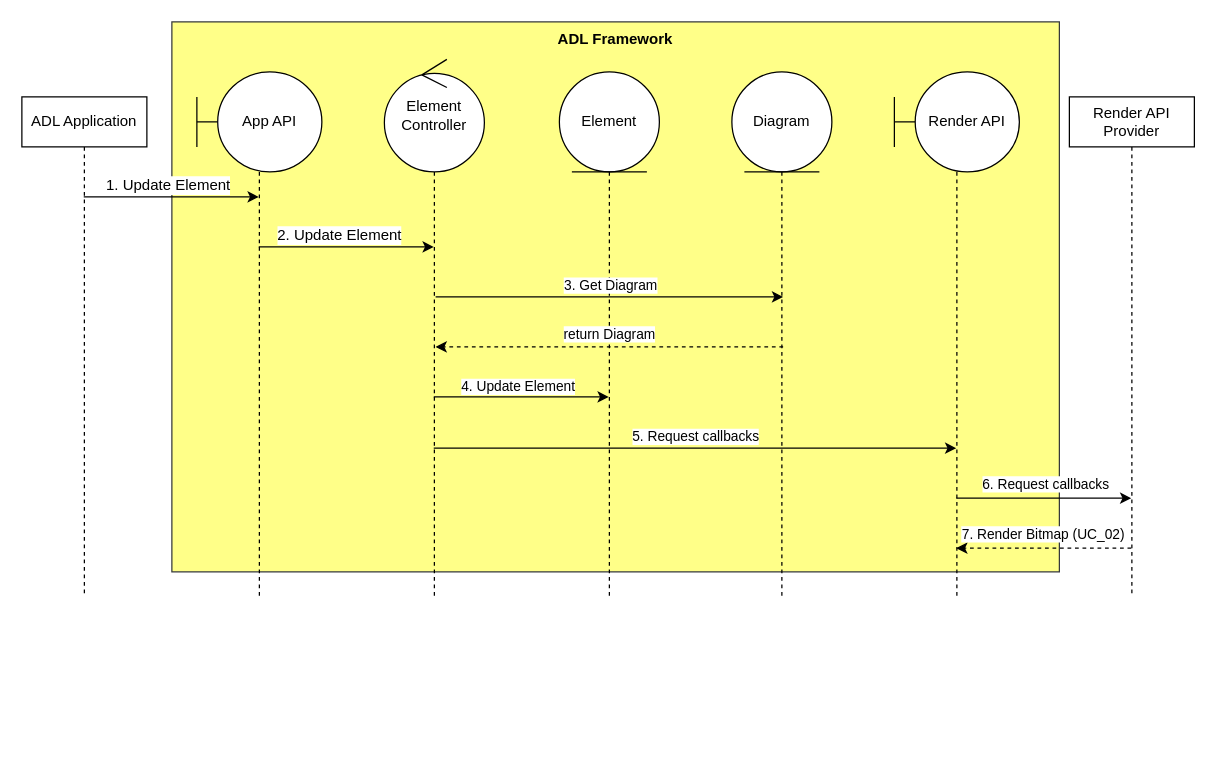
The draw.io diagram RemoveElement.drawio in phunm211/SW-Associate-Architecture, before the edit. Source tidied: cells renumbered, new cells numbered last; positions are measured from the earlier drawing's top-left corner, leaving out a move shared by most shapes. Both pictures are drawn from the tidied source at 125%, with x=0, y=0 at pixel (21, 21).
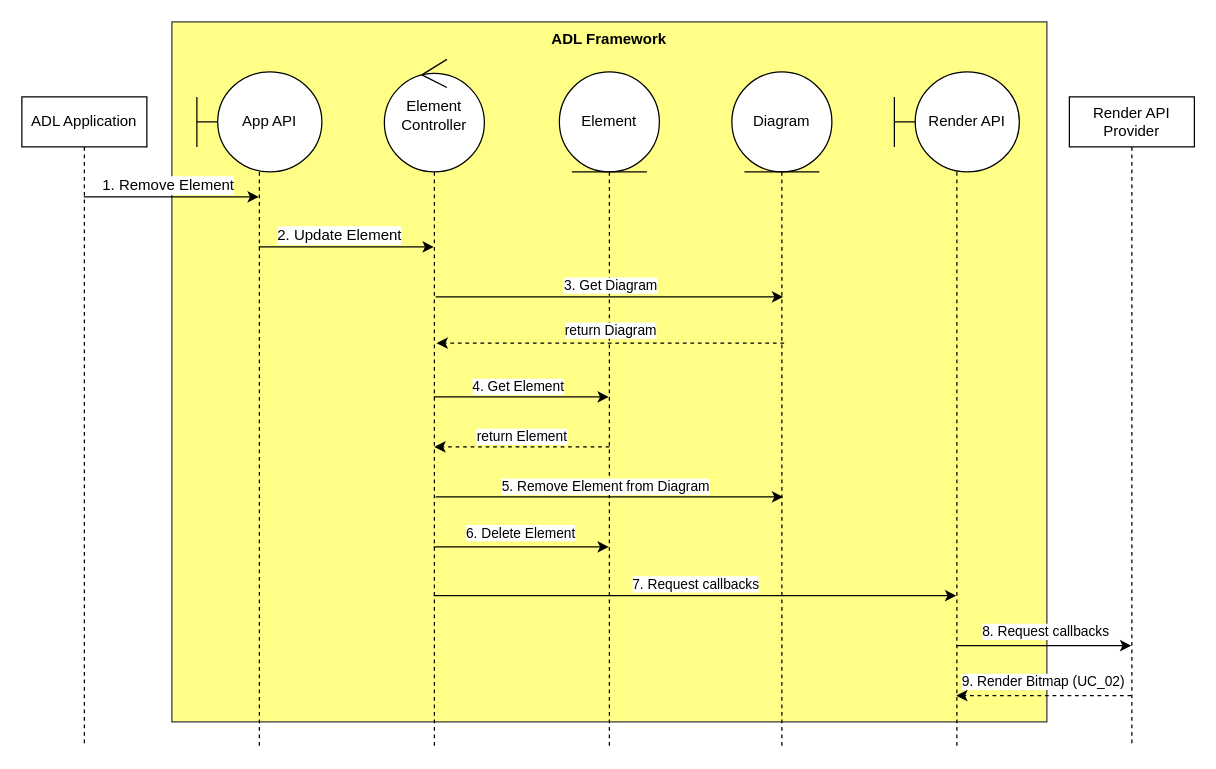
The same diagram, later.

Unchanged cells that the change refers to:
```xml
<mxCell id="4" style="rounded=0;jettySize=auto;html=1;fontFamily=Helvetica;fontSize=12;fontColor=default;" parent="1" edge="1" source="6" target="12">
  <mxGeometry relative="1" as="geometry">
    <Array as="points">
      <mxPoint x="140" y="140" />
    </Array>
  </mxGeometry>
</mxCell>
<mxCell id="13" style="rounded=0;orthogonalLoop=1;jettySize=auto;html=1;" parent="1" edge="1">
  <mxGeometry relative="1" as="geometry">
    <mxPoint x="329.5" y="300" as="sourcePoint" />
    <mxPoint x="469.5" y="300" as="targetPoint" />
    <Array as="points">
      <mxPoint x="390" y="300" />
    </Array>
  </mxGeometry>
</mxCell>
```

Diff of the diagram source:
```diff
@@
     <mxCell id="2" value="ADL Framework" style="rounded=0;whiteSpace=wrap;html=1;strokeColor=#36393d;align=center;verticalAlign=top;fontFamily=Helvetica;fontSize=12;fillColor=#ffff88;fontStyle=1;" parent="1" vertex="1">
-      <mxGeometry x="120" width="710" height="440" as="geometry" />
+      <mxGeometry x="120" width="700" height="560" as="geometry" />
     </mxCell>
+    <mxCell id="25" style="rounded=0;orthogonalLoop=1;jettySize=auto;html=1;dashed=1;" parent="1" edge="1">
+      <mxGeometry relative="1" as="geometry">
+        <mxPoint x="470" y="340" as="sourcePoint" />
+        <mxPoint x="330" y="340" as="targetPoint" />
+      </mxGeometry>
+    </mxCell>
+    <mxCell id="26" value="return Element" style="edgeLabel;html=1;align=center;verticalAlign=middle;" parent="25" vertex="1">
+      <mxGeometry x="0.02" y="-4" relative="1" as="geometry">
+        <mxPoint y="-5" as="offset" />
+      </mxGeometry>
+    </mxCell>
     <mxCell id="3" value="Element" style="shape=umlLifeline;perimeter=lifelinePerimeter;whiteSpace=wrap;html=1;outlineConnect=0;portConstraint=eastwest;newEdgeStyle={&quot;curved&quot;:0,&quot;rounded&quot;:0};participant=umlEntity;strokeColor=default;align=center;verticalAlign=middle;fontFamily=Helvetica;fontSize=12;fontColor=default;fillColor=default;size=80;" parent="1" vertex="1">
-      <mxGeometry x="430" y="40" width="80" height="420" as="geometry" />
+      <mxGeometry x="430" y="40" width="80" height="540" as="geometry" />
     </mxCell>
@@
-    <mxCell id="5" value="1. Update Element" style="edgeLabel;html=1;align=center;verticalAlign=middle;fontSize=12;fontFamily=Helvetica;fontColor=default;" parent="4" vertex="1">
+    <mxCell id="5" value="1. Remove Element" style="edgeLabel;html=1;align=center;verticalAlign=middle;fontSize=12;fontFamily=Helvetica;fontColor=default;" parent="4" vertex="1">
       <mxGeometry x="-0.04" y="2" relative="1" as="geometry">
         <mxPoint y="-8" as="offset" />
       </mxGeometry>
     </mxCell>
     <mxCell id="6" value="ADL Application" style="shape=umlLifeline;perimeter=lifelinePerimeter;whiteSpace=wrap;html=1;outlineConnect=0;portConstraint=eastwest;newEdgeStyle={&quot;curved&quot;:0,&quot;rounded&quot;:0};" parent="1" vertex="1">
-      <mxGeometry y="60" width="100" height="400" as="geometry" />
+      <mxGeometry y="60" width="100" height="520" as="geometry" />
     </mxCell>
@@
     <mxCell id="9" style="rounded=0;orthogonalLoop=1;jettySize=auto;html=1;" parent="1" edge="1">
       <mxGeometry relative="1" as="geometry">
-        <mxPoint x="329.5" y="341" as="sourcePoint" />
-        <mxPoint x="747.5" y="341" as="targetPoint" />
+        <mxPoint x="329.5" y="459" as="sourcePoint" />
+        <mxPoint x="747.5" y="459" as="targetPoint" />
         <Array as="points">
-          <mxPoint x="540" y="341" />
+          <mxPoint x="540" y="459" />
         </Array>
       </mxGeometry>
     </mxCell>
-    <mxCell id="10" value="5. Request callbacks" style="edgeLabel;html=1;align=center;verticalAlign=middle;" parent="9" vertex="1">
+    <mxCell id="10" value="7. Request callbacks" style="edgeLabel;html=1;align=center;verticalAlign=middle;" parent="9" vertex="1">
       <mxGeometry relative="1" as="geometry">
         <mxPoint y="-10" as="offset" />
       </mxGeometry>
     </mxCell>
+    <mxCell id="27" style="rounded=0;orthogonalLoop=1;jettySize=auto;html=1;" parent="1" edge="1">
+      <mxGeometry relative="1" as="geometry">
+        <mxPoint x="331" y="380" as="sourcePoint" />
+        <mxPoint x="609" y="380" as="targetPoint" />
+      </mxGeometry>
+    </mxCell>
+    <mxCell id="28" value="5. Remove Element from Diagram" style="edgeLabel;html=1;align=center;verticalAlign=middle;" parent="27" vertex="1">
+      <mxGeometry x="-0.03" y="3" relative="1" as="geometry">
+        <mxPoint y="-6" as="offset" />
+      </mxGeometry>
+    </mxCell>
+    <mxCell id="29" style="rounded=0;jettySize=auto;html=1;" parent="1" edge="1" source="11" target="3">
+      <mxGeometry relative="1" as="geometry">
+        <Array as="points">
+          <mxPoint x="400" y="420" />
+        </Array>
+      </mxGeometry>
+    </mxCell>
+    <mxCell id="30" value="6. Delete Element" style="edgeLabel;html=1;align=center;verticalAlign=middle;" parent="29" vertex="1">
+      <mxGeometry x="-0.01" y="3" relative="1" as="geometry">
+        <mxPoint y="-9" as="offset" />
+      </mxGeometry>
+    </mxCell>
     <mxCell id="11" value="Element Controller" style="shape=umlLifeline;perimeter=lifelinePerimeter;whiteSpace=wrap;html=1;outlineConnect=0;portConstraint=eastwest;newEdgeStyle={&quot;curved&quot;:0,&quot;rounded&quot;:0};participant=umlControl;strokeColor=default;align=center;verticalAlign=middle;fontFamily=Helvetica;fontSize=12;fontColor=default;fillColor=default;size=90;" parent="1" vertex="1">
-      <mxGeometry x="290" y="30" width="80" height="430" as="geometry" />
+      <mxGeometry x="290" y="30" width="80" height="550" as="geometry" />
     </mxCell>
     <mxCell id="12" value="&amp;nbsp; &amp;nbsp; &amp;nbsp;App API" style="shape=umlLifeline;perimeter=lifelinePerimeter;whiteSpace=wrap;html=1;outlineConnect=0;portConstraint=eastwest;newEdgeStyle={&quot;curved&quot;:0,&quot;rounded&quot;:0};participant=umlBoundary;size=80;" parent="1" vertex="1">
-      <mxGeometry x="140" y="40" width="100" height="420" as="geometry" />
+      <mxGeometry x="140" y="40" width="100" height="540" as="geometry" />
     </mxCell>
@@
-    <mxCell id="14" value="4. Update Element" style="edgeLabel;html=1;align=center;verticalAlign=middle;" parent="13" vertex="1">
+    <mxCell id="14" value="4. Get Element" style="edgeLabel;html=1;align=center;verticalAlign=middle;" parent="13" vertex="1">
       <mxGeometry x="-0.05" y="3" relative="1" as="geometry">
         <mxPoint y="-6" as="offset" />
       </mxGeometry>
     </mxCell>
@@
     <mxCell id="17" value="Diagram" style="shape=umlLifeline;perimeter=lifelinePerimeter;whiteSpace=wrap;html=1;newEdgeStyle={&quot;curved&quot;:0,&quot;rounded&quot;:0};participant=umlEntity;strokeColor=default;align=center;verticalAlign=middle;fontFamily=Helvetica;fontSize=12;fontColor=default;fillColor=default;size=80;" parent="1" vertex="1">
-      <mxGeometry x="568" y="40" width="80" height="420" as="geometry" />
+      <mxGeometry x="568" y="40" width="80" height="540" as="geometry" />
     </mxCell>
     <mxCell id="18" style="rounded=0;orthogonalLoop=1;jettySize=auto;html=1;dashed=1;" parent="1" edge="1">
       <mxGeometry relative="1" as="geometry">
-        <mxPoint x="887.5" y="421" as="sourcePoint" />
-        <mxPoint x="747.5" y="421" as="targetPoint" />
+        <mxPoint x="887.5" y="539" as="sourcePoint" />
+        <mxPoint x="747.5" y="539" as="targetPoint" />
         <Array as="points">
-          <mxPoint x="810" y="421" />
+          <mxPoint x="810" y="539" />
         </Array>
       </mxGeometry>
     </mxCell>
-    <mxCell id="19" value="7. Render Bitmap (UC_02)" style="edgeLabel;html=1;align=center;verticalAlign=middle;" parent="18" vertex="1">
+    <mxCell id="19" value="9. Render Bitmap (UC_02)" style="edgeLabel;html=1;align=center;verticalAlign=middle;" parent="18" vertex="1">
       <mxGeometry x="0.15" y="-2" relative="1" as="geometry">
         <mxPoint x="10" y="-10" as="offset" />
       </mxGeometry>
     </mxCell>
     <mxCell id="20" value="Render API Provider" style="shape=umlLifeline;perimeter=lifelinePerimeter;whiteSpace=wrap;html=1;newEdgeStyle={&quot;curved&quot;:0,&quot;rounded&quot;:0};" parent="1" vertex="1">
-      <mxGeometry x="838" y="60" width="100" height="400" as="geometry" />
+      <mxGeometry x="838" y="60" width="100" height="520" as="geometry" />
     </mxCell>
     <mxCell id="21" style="rounded=0;orthogonalLoop=1;jettySize=auto;html=1;" parent="1" edge="1">
       <mxGeometry relative="1" as="geometry">
-        <mxPoint x="747.5" y="381" as="sourcePoint" />
-        <mxPoint x="887.5" y="381" as="targetPoint" />
+        <mxPoint x="747.5" y="499" as="sourcePoint" />
+        <mxPoint x="887.5" y="499" as="targetPoint" />
         <Array as="points">
-          <mxPoint x="810" y="381" />
+          <mxPoint x="810" y="499" />
         </Array>
       </mxGeometry>
     </mxCell>
-    <mxCell id="22" value="6. Request callbacks" style="edgeLabel;html=1;align=center;verticalAlign=middle;" parent="21" vertex="1">
+    <mxCell id="22" value="8. Request callbacks" style="edgeLabel;html=1;align=center;verticalAlign=middle;" parent="21" vertex="1">
       <mxGeometry x="-0.13" y="2" relative="1" as="geometry">
         <mxPoint x="10" y="-10" as="offset" />
       </mxGeometry>
     </mxCell>
     <mxCell id="23" value="&amp;nbsp; &amp;nbsp; &amp;nbsp;Render API" style="shape=umlLifeline;perimeter=lifelinePerimeter;whiteSpace=wrap;html=1;newEdgeStyle={&quot;curved&quot;:0,&quot;rounded&quot;:0};participant=umlBoundary;size=80;" parent="1" vertex="1">
-      <mxGeometry x="698" y="40" width="100" height="420" as="geometry" />
+      <mxGeometry x="698" y="40" width="100" height="540" as="geometry" />
     </mxCell>
     <mxCell id="24" value="return Diagram" style="rounded=0;orthogonalLoop=1;jettySize=auto;html=1;dashed=1;" parent="1" edge="1">
       <mxGeometry y="-10" relative="1" as="geometry">
-        <mxPoint x="609" y="260" as="sourcePoint" />
-        <mxPoint x="331" y="260" as="targetPoint" />
+        <mxPoint x="609.8" y="257" as="sourcePoint" />
+        <mxPoint x="331.8" y="257" as="targetPoint" />
       </mxGeometry>
     </mxCell>
```
